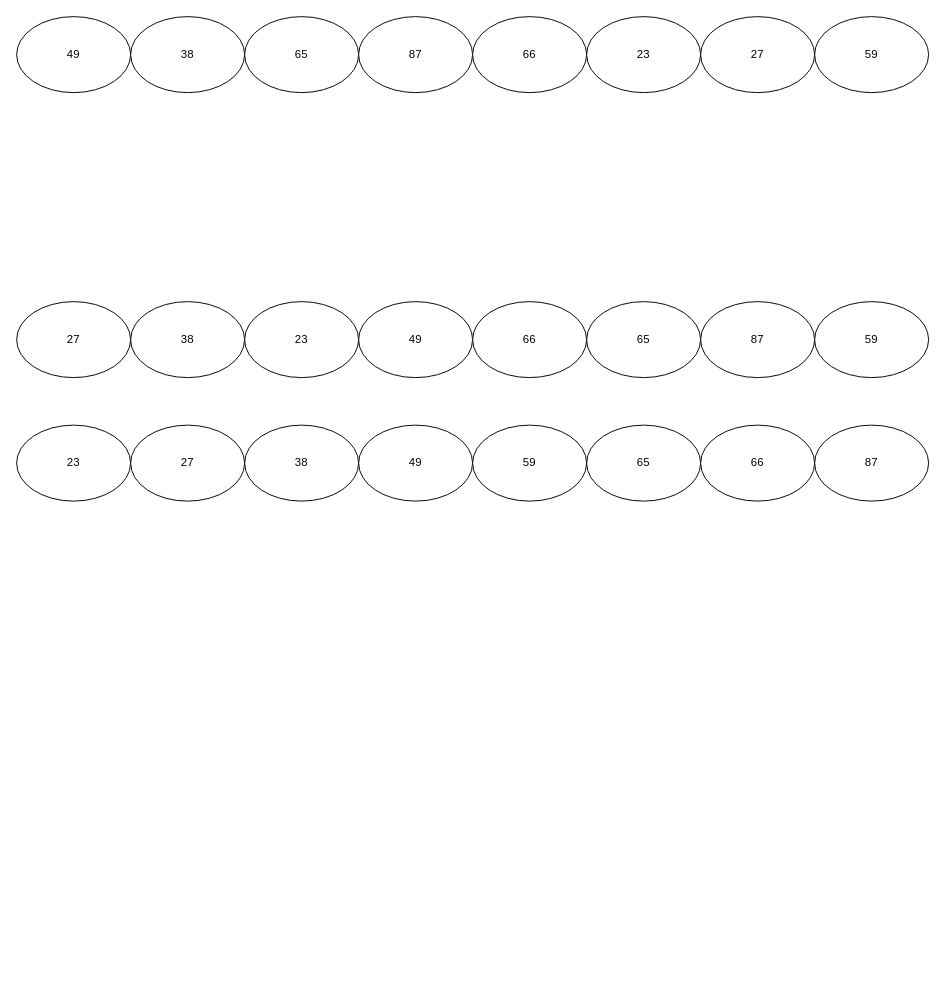
Earlier version of the draw.io diagram 未命名绘图.drawio (Oxidaner/MyDraw). Source tidied: cells renumbered, new cells numbered last; positions are measured from the earlier drawing's top-left corner, leaving out a move shared by most shapes. Both pictures are drawn from the tidied source at 95%, with x=0, y=0 at pixel (16, 16).
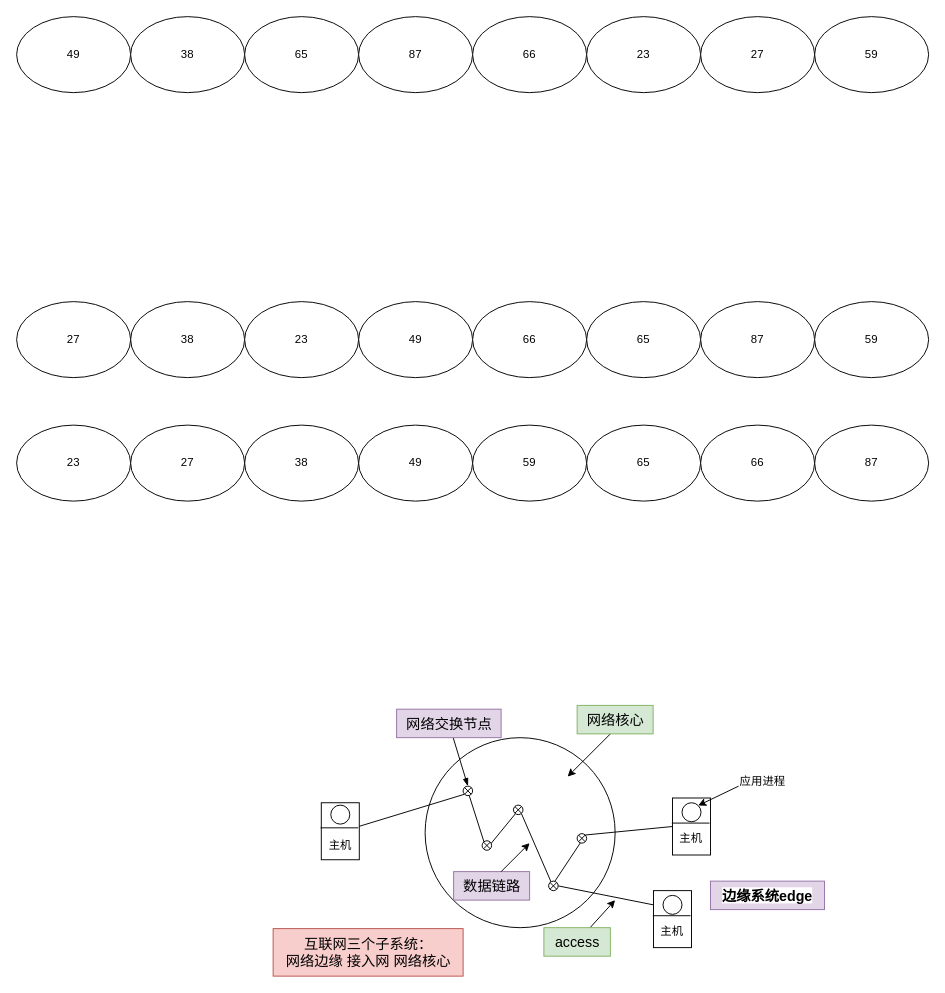
The same page after the edit.

The edit, as a diff of the source:
```diff
@@
+    <mxCell id="26" style="ellipse;whiteSpace=wrap;html=1;" parent="1" vertex="1">
+      <mxGeometry x="430" y="759" width="200" height="200" as="geometry" />
+    </mxCell>
+    <mxCell id="27" style="edgeStyle=none;rounded=0;jettySize=auto;html=1;exitX=0.5;exitY=0;exitDx=0;exitDy=0;fontSize=15;startArrow=blockThin;startFill=1;endArrow=none;endFill=0;" parent="1" edge="1" target="49">
+      <mxGeometry relative="1" as="geometry">
+        <mxPoint x="475" y="810" as="sourcePoint" />
+      </mxGeometry>
+    </mxCell>
+    <mxCell id="28" style="edgeStyle=none;rounded=0;orthogonalLoop=1;jettySize=auto;html=1;exitX=0.729;exitY=0.881;exitDx=0;exitDy=0;entryX=0.265;entryY=0.119;entryDx=0;entryDy=0;entryPerimeter=0;startArrow=none;startFill=0;endArrow=none;endFill=0;exitPerimeter=0;" parent="1" edge="1">
+      <mxGeometry relative="1" as="geometry">
+        <mxPoint x="531.3" y="838.8" as="sourcePoint" />
+        <mxPoint x="562.7" y="911.2" as="targetPoint" />
+      </mxGeometry>
+    </mxCell>
+    <mxCell id="29" style="edgeStyle=none;rounded=0;orthogonalLoop=1;jettySize=auto;html=1;exitX=1;exitY=0;exitDx=0;exitDy=0;entryX=0;entryY=1;entryDx=0;entryDy=0;startArrow=none;startFill=0;endArrow=none;endFill=0;" parent="1" edge="1">
+      <mxGeometry relative="1" as="geometry">
+        <mxPoint x="498.5" y="871.5" as="sourcePoint" />
+        <mxPoint x="525.5" y="838.5" as="targetPoint" />
+      </mxGeometry>
+    </mxCell>
+    <mxCell id="30" style="edgeStyle=none;rounded=0;orthogonalLoop=1;jettySize=auto;html=1;exitX=0.374;exitY=0.932;exitDx=0;exitDy=0;entryX=0.639;entryY=0.042;entryDx=0;entryDy=0;entryPerimeter=0;startArrow=none;startFill=0;endArrow=none;endFill=0;exitPerimeter=0;" parent="1" edge="1">
+      <mxGeometry relative="1" as="geometry">
+        <mxPoint x="593.7" y="869.3" as="sourcePoint" />
+        <mxPoint x="566.4" y="910.4" as="targetPoint" />
+      </mxGeometry>
+    </mxCell>
+    <mxCell id="31" style="endArrow=none;html=1;rounded=0;startArrow=none;startFill=0;exitX=0.232;exitY=-0.023;exitDx=0;exitDy=0;entryX=0.645;entryY=1.023;entryDx=0;entryDy=0;entryPerimeter=0;exitPerimeter=0;" parent="1" edge="1">
+      <mxGeometry relative="1" as="geometry">
+        <mxPoint x="492.3" y="869.8" as="sourcePoint" />
+        <mxPoint x="476.5" y="820.2" as="targetPoint" />
+      </mxGeometry>
+    </mxCell>
+    <mxCell id="32" style="edgeStyle=none;rounded=0;jettySize=auto;html=1;exitX=1;exitY=0.5;exitDx=0;exitDy=0;entryX=0;entryY=1;entryDx=0;entryDy=0;startArrow=none;startFill=0;endArrow=none;endFill=0;" parent="1" edge="1" target="57">
+      <mxGeometry relative="1" as="geometry">
+        <mxPoint x="360" y="852.5" as="sourcePoint" />
+      </mxGeometry>
+    </mxCell>
+    <mxCell id="33" style="edgeStyle=none;rounded=0;jettySize=auto;html=1;exitX=0;exitY=0.5;exitDx=0;exitDy=0;entryX=1;entryY=0;entryDx=0;entryDy=0;startArrow=none;startFill=0;endArrow=none;endFill=0;" parent="1" edge="1" source="34" target="52">
+      <mxGeometry relative="1" as="geometry" />
+    </mxCell>
+    <mxCell id="34" style="rounded=0;whiteSpace=wrap;html=1;" parent="1" vertex="1">
+      <mxGeometry x="690.4" y="822.5" width="40" height="60" as="geometry" />
+    </mxCell>
+    <mxCell id="35" style="edgeStyle=none;rounded=0;orthogonalLoop=1;jettySize=auto;html=1;exitX=-0.018;exitY=0.44;exitDx=0;exitDy=0;startArrow=none;startFill=0;endArrow=none;endFill=0;entryX=0.973;entryY=0.44;entryDx=0;entryDy=0;entryPerimeter=0;exitPerimeter=0;" parent="1" edge="1" source="34" target="34">
+      <mxGeometry relative="1" as="geometry" />
+    </mxCell>
+    <mxCell id="36" value="主机" style="text;html=1;strokeColor=none;fillColor=none;align=center;verticalAlign=middle;whiteSpace=wrap;rounded=0;" parent="1" vertex="1">
+      <mxGeometry x="680" y="850" width="60" height="30" as="geometry" />
+    </mxCell>
+    <mxCell id="37" style="edgeStyle=none;rounded=0;jettySize=auto;html=1;exitX=1;exitY=0;exitDx=0;exitDy=0;startArrow=classic;startFill=1;endArrow=none;endFill=0;" parent="1" edge="1" source="38">
+      <mxGeometry relative="1" as="geometry">
+        <mxPoint x="760" y="810" as="targetPoint" />
+      </mxGeometry>
+    </mxCell>
+    <mxCell id="38" style="ellipse;whiteSpace=wrap;html=1;" parent="1" vertex="1">
+      <mxGeometry x="700.4" y="827.5" width="20" height="20" as="geometry" />
+    </mxCell>
+    <mxCell id="39" value="应用进程" style="text;html=1;align=center;verticalAlign=middle;strokeColor=none;fillColor=none;" parent="1" vertex="1">
+      <mxGeometry x="750" y="790" width="70" height="30" as="geometry" />
+    </mxCell>
+    <mxCell id="40" style="rounded=0;whiteSpace=wrap;html=1;" parent="1" vertex="1">
+      <mxGeometry x="320.7" y="827.5" width="40" height="60" as="geometry" />
+    </mxCell>
+    <mxCell id="41" style="edgeStyle=none;rounded=0;orthogonalLoop=1;jettySize=auto;html=1;exitX=-0.018;exitY=0.44;exitDx=0;exitDy=0;startArrow=none;startFill=0;endArrow=none;endFill=0;entryX=0.973;entryY=0.44;entryDx=0;entryDy=0;entryPerimeter=0;exitPerimeter=0;" parent="1" edge="1" source="40" target="40">
+      <mxGeometry relative="1" as="geometry" />
+    </mxCell>
+    <mxCell id="42" style="ellipse;whiteSpace=wrap;html=1;" parent="1" vertex="1">
+      <mxGeometry x="330.7" y="830" width="20" height="20" as="geometry" />
+    </mxCell>
+    <mxCell id="43" value="主机" style="text;html=1;strokeColor=none;fillColor=none;align=center;verticalAlign=middle;whiteSpace=wrap;rounded=0;" parent="1" vertex="1">
+      <mxGeometry x="310.7" y="857.5" width="60" height="30" as="geometry" />
+    </mxCell>
+    <mxCell id="44" style="rounded=0;whiteSpace=wrap;html=1;" parent="1" vertex="1">
+      <mxGeometry x="670.4" y="920" width="40" height="60" as="geometry" />
+    </mxCell>
+    <mxCell id="45" style="edgeStyle=none;rounded=0;orthogonalLoop=1;jettySize=auto;html=1;exitX=-0.018;exitY=0.44;exitDx=0;exitDy=0;startArrow=none;startFill=0;endArrow=none;endFill=0;entryX=0.973;entryY=0.44;entryDx=0;entryDy=0;entryPerimeter=0;exitPerimeter=0;" parent="1" edge="1" source="44" target="44">
+      <mxGeometry relative="1" as="geometry" />
+    </mxCell>
+    <mxCell id="46" value="主机" style="text;html=1;strokeColor=none;fillColor=none;align=center;verticalAlign=middle;whiteSpace=wrap;rounded=0;" parent="1" vertex="1">
+      <mxGeometry x="660" y="947.5" width="60" height="30" as="geometry" />
+    </mxCell>
+    <mxCell id="47" style="ellipse;whiteSpace=wrap;html=1;" parent="1" vertex="1">
+      <mxGeometry x="680.4" y="925" width="20" height="20" as="geometry" />
+    </mxCell>
+    <mxCell id="48" value="&lt;font style=&quot;font-size: 15px;&quot;&gt;&lt;b style=&quot;background-color: rgb(255, 255, 255);&quot;&gt;边缘系统edge&lt;/b&gt;&lt;/font&gt;" style="text;html=1;align=center;verticalAlign=middle;strokeColor=#9673a6;fillColor=#e1d5e7;" parent="1" vertex="1">
+      <mxGeometry x="730.4" y="910" width="120" height="30" as="geometry" />
+    </mxCell>
+    <mxCell id="49" value="网络交换节点" style="text;html=1;align=center;verticalAlign=middle;points=[];strokeColor=#9673a6;fillColor=#e1d5e7;fontSize=15;" parent="1" vertex="1">
+      <mxGeometry x="400" y="729" width="110" height="30" as="geometry" />
+    </mxCell>
+    <mxCell id="50" value="数据链路" style="text;html=1;align=center;verticalAlign=middle;points=[];strokeColor=#9673a6;fillColor=#e1d5e7;fontSize=15;" parent="1" vertex="1">
+      <mxGeometry x="460" y="900" width="80" height="30" as="geometry" />
+    </mxCell>
+    <mxCell id="51" style="endArrow=classic;html=1;rounded=0;fontSize=15;exitX=0.625;exitY=0;exitDx=0;exitDy=0;exitPerimeter=0;" parent="1" edge="1" source="50">
+      <mxGeometry relative="1" as="geometry">
+        <mxPoint x="540" y="870" as="targetPoint" />
+      </mxGeometry>
+    </mxCell>
+    <mxCell id="52" style="shape=sumEllipse;perimeter=ellipsePerimeter;whiteSpace=wrap;html=1;backgroundOutline=1;labelBackgroundColor=#;fontSize=15;" parent="1" vertex="1">
+      <mxGeometry x="590" y="860" width="10" height="10" as="geometry" />
+    </mxCell>
+    <mxCell id="53" style="edgeStyle=none;rounded=0;jettySize=auto;html=1;exitX=1;exitY=0.5;exitDx=0;exitDy=0;entryX=0;entryY=0.25;entryDx=0;entryDy=0;fontSize=15;startArrow=none;startFill=0;endArrow=none;endFill=0;" parent="1" edge="1" source="54" target="44">
+      <mxGeometry relative="1" as="geometry" />
+    </mxCell>
+    <mxCell id="54" style="shape=sumEllipse;perimeter=ellipsePerimeter;whiteSpace=wrap;html=1;backgroundOutline=1;labelBackgroundColor=#;fontSize=15;" parent="1" vertex="1">
+      <mxGeometry x="560" y="910" width="10" height="10" as="geometry" />
+    </mxCell>
+    <mxCell id="55" style="shape=sumEllipse;perimeter=ellipsePerimeter;whiteSpace=wrap;html=1;backgroundOutline=1;labelBackgroundColor=#;fontSize=15;direction=south;" parent="1" vertex="1">
+      <mxGeometry x="523" y="830" width="10" height="10" as="geometry" />
+    </mxCell>
+    <mxCell id="56" style="shape=sumEllipse;perimeter=ellipsePerimeter;whiteSpace=wrap;html=1;backgroundOutline=1;labelBackgroundColor=#;fontSize=15;" parent="1" vertex="1">
+      <mxGeometry x="490" y="867.5" width="10" height="10" as="geometry" />
+    </mxCell>
+    <mxCell id="57" style="shape=sumEllipse;perimeter=ellipsePerimeter;whiteSpace=wrap;html=1;backgroundOutline=1;labelBackgroundColor=#;fontSize=15;" parent="1" vertex="1">
+      <mxGeometry x="470" y="810" width="10" height="10" as="geometry" />
+    </mxCell>
+    <mxCell id="58" style="endArrow=none;html=1;rounded=0;fontSize=15;startArrow=classic;startFill=1;endFill=0;" parent="1" edge="1">
+      <mxGeometry relative="1" as="geometry">
+        <mxPoint x="580" y="800" as="sourcePoint" />
+        <mxPoint x="630" y="750" as="targetPoint" />
+      </mxGeometry>
+    </mxCell>
+    <mxCell id="59" value="网络核心" style="text;html=1;align=center;verticalAlign=middle;strokeColor=#82b366;fillColor=#d5e8d4;fontSize=15;" parent="1" vertex="1">
+      <mxGeometry x="590" y="725" width="80" height="30" as="geometry" />
+    </mxCell>
+    <mxCell id="60" style="endArrow=classic;html=1;rounded=0;fontSize=15;" parent="1" edge="1" source="61">
+      <mxGeometry relative="1" as="geometry">
+        <mxPoint x="630" y="930" as="targetPoint" />
+      </mxGeometry>
+    </mxCell>
+    <mxCell id="61" value="access" style="text;html=1;align=center;verticalAlign=middle;points=[];strokeColor=#82b366;fillColor=#d5e8d4;fontSize=15;" parent="1" vertex="1">
+      <mxGeometry x="555" y="959" width="70" height="30" as="geometry" />
+    </mxCell>
+    <mxCell id="62" value="互联网三个子系统：&lt;br&gt;网络边缘 接入网 网络核心" style="text;html=1;align=center;verticalAlign=middle;strokeColor=#b85450;fillColor=#f8cecc;fontSize=15;" parent="1" vertex="1">
+      <mxGeometry x="270" y="960" width="200" height="50" as="geometry" />
+    </mxCell>
```
